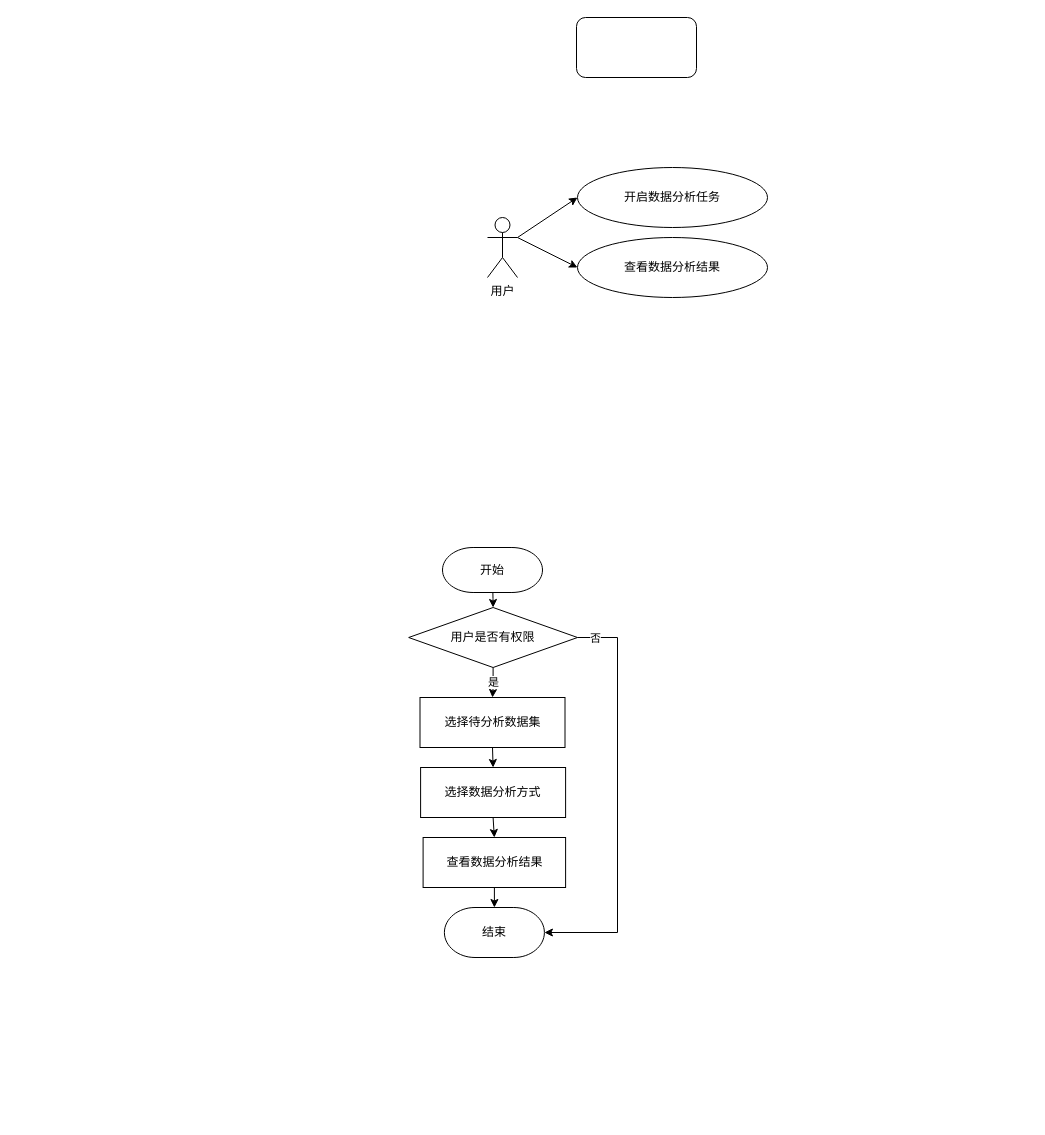
This is 数据分析与可视化.drawio from fengyouliang/drawio, a draw.io file, before an edit. Source tidied: cells renumbered, new cells numbered last; positions are measured from the earlier drawing's top-left corner, leaving out a move shared by most shapes. Both pictures are drawn from the tidied source at 100%, with x=0, y=0 at pixel (408, 17).
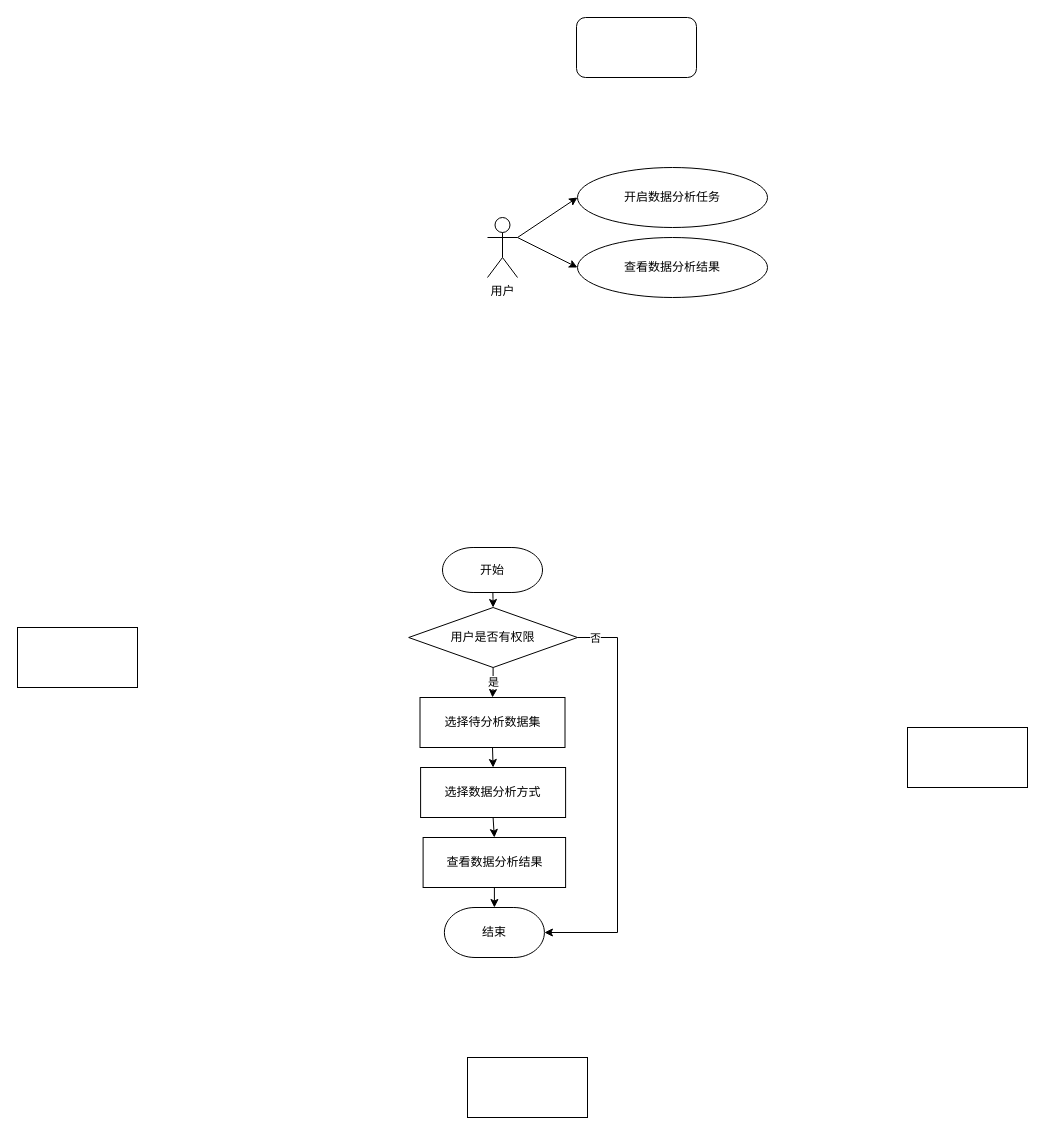
After the change.

Commit message:
更新数据分析与可视化.drawio

The edit, as a diff of the source:
```diff
@@
+    <mxCell id="21" style="rounded=0;whiteSpace=wrap;html=1;" parent="1" vertex="1">
+      <mxGeometry x="-391" y="610" width="120" height="60" as="geometry" />
+    </mxCell>
+    <mxCell id="22" style="rounded=0;whiteSpace=wrap;html=1;" parent="1" vertex="1">
+      <mxGeometry x="499" y="710" width="120" height="60" as="geometry" />
+    </mxCell>
+    <mxCell id="23" style="rounded=0;whiteSpace=wrap;html=1;" parent="1" vertex="1">
+      <mxGeometry x="59" y="1040" width="120" height="60" as="geometry" />
+    </mxCell>
```
